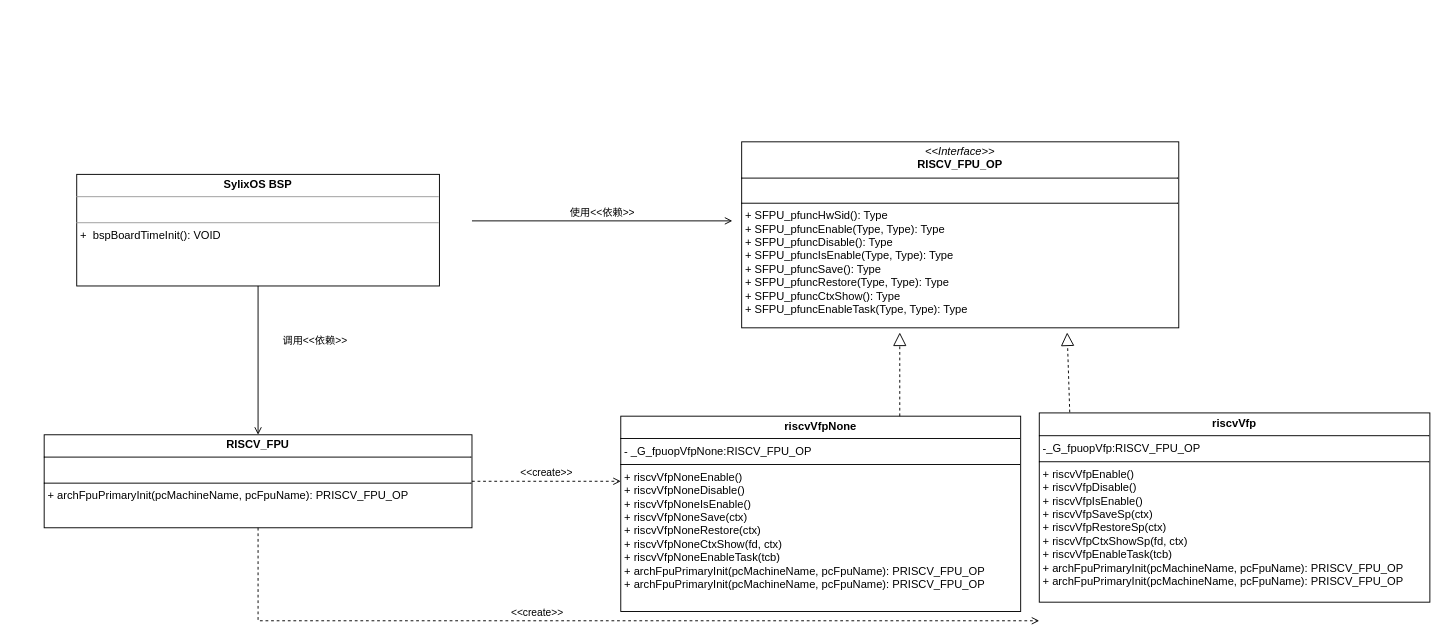
Before: page "SylixOS设计模式-简单工厂" (4 of 4) of draw/SylixOS内核艺术.drawio in peng-fan/drawio, a draw.io diagram. Source tidied: cells renumbered, new cells numbered last; positions are measured from the earlier drawing's top-left corner, leaving out a move shared by most shapes. Both pictures are drawn from the tidied source at 93%, with x=0, y=0 at pixel (44, 141).
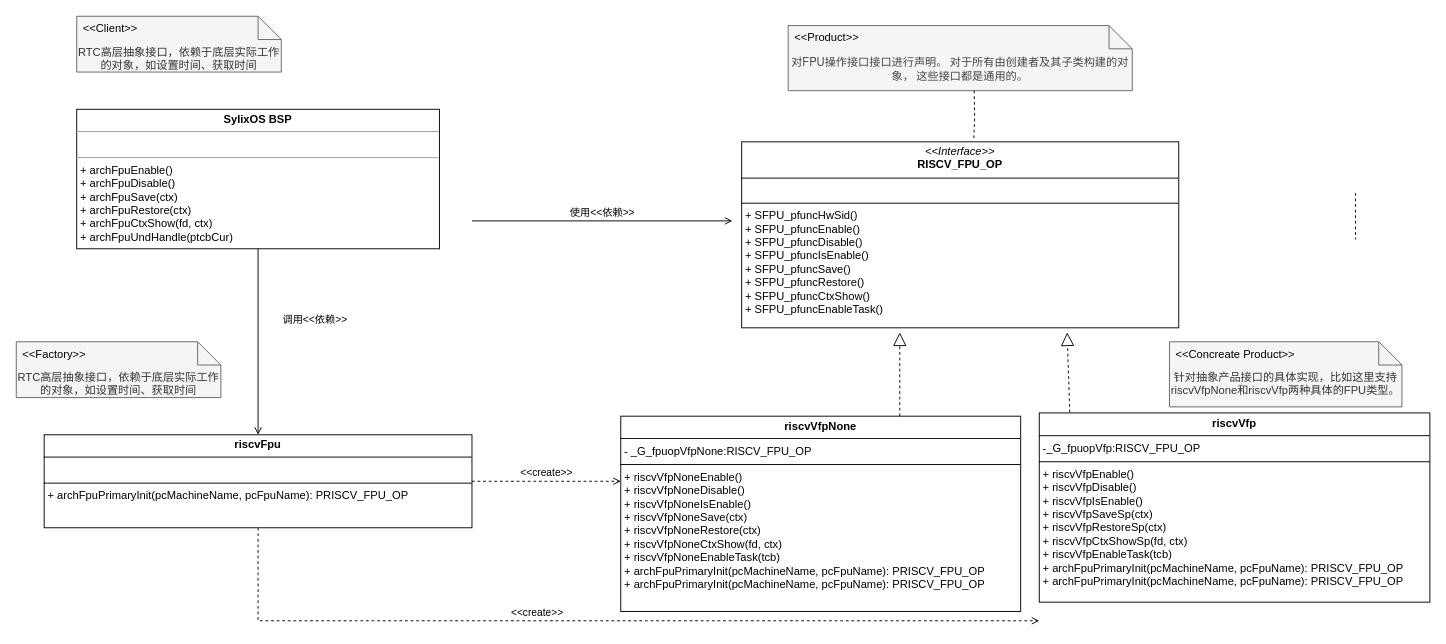
Above is the later version.

Commit message (it also covers changes not shown here):
更新SylixOS内核艺术.drawio

Change to the diagram source:
```diff
@@
-    <mxCell id="4" value="&lt;p style=&quot;margin:0px;margin-top:4px;text-align:center;&quot;&gt;&lt;span style=&quot;font-weight: 700; text-wrap-mode: wrap;&quot;&gt;SylixOS BSP&lt;/span&gt;&lt;/p&gt;&lt;hr size=&quot;1&quot;&gt;&lt;p style=&quot;margin:0px;margin-left:4px;&quot;&gt;&lt;br&gt;&lt;/p&gt;&lt;hr size=&quot;1&quot;&gt;&lt;p style=&quot;margin:0px;margin-left:4px;&quot;&gt;&lt;span style=&quot;text-wrap-mode: wrap;&quot;&gt;+ &amp;nbsp;bspBoardTimeInit(): VOID&lt;/span&gt;&lt;/p&gt;" style="verticalAlign=top;align=left;overflow=fill;fontSize=12;fontFamily=Helvetica;html=1;rounded=0;shadow=0;comic=0;labelBackgroundColor=none;strokeWidth=1;" parent="1" vertex="1">
-      <mxGeometry x="35" y="35" width="390" height="120" as="geometry" />
+    <mxCell id="4" value="&lt;p style=&quot;margin:0px;margin-top:4px;text-align:center;&quot;&gt;&lt;span style=&quot;font-weight: 700; text-wrap-mode: wrap;&quot;&gt;SylixOS BSP&lt;/span&gt;&lt;/p&gt;&lt;hr size=&quot;1&quot;&gt;&lt;p style=&quot;margin:0px;margin-left:4px;&quot;&gt;&lt;br&gt;&lt;/p&gt;&lt;hr size=&quot;1&quot;&gt;&lt;p style=&quot;margin:0px;margin-left:4px;&quot;&gt;&lt;span style=&quot;text-wrap-mode: wrap;&quot;&gt;+ archFpuEnable()&lt;/span&gt;&lt;/p&gt;&lt;p style=&quot;margin:0px;margin-left:4px;&quot;&gt;&lt;span style=&quot;text-wrap-mode: wrap;&quot;&gt;+ archFpuDisable()&lt;/span&gt;&lt;/p&gt;&lt;p style=&quot;margin:0px;margin-left:4px;&quot;&gt;&lt;span style=&quot;text-wrap-mode: wrap;&quot;&gt;+ archFpuSave(ctx)&lt;/span&gt;&lt;/p&gt;&lt;p style=&quot;margin:0px;margin-left:4px;&quot;&gt;&lt;span style=&quot;text-wrap-mode: wrap;&quot;&gt;+ archFpuRestore(ctx)&lt;/span&gt;&lt;/p&gt;&lt;p style=&quot;margin:0px;margin-left:4px;&quot;&gt;&lt;span style=&quot;text-wrap-mode: wrap;&quot;&gt;+ archFpuCtxShow(fd, ctx)&lt;/span&gt;&lt;/p&gt;&lt;p style=&quot;margin:0px;margin-left:4px;&quot;&gt;&lt;span style=&quot;text-wrap-mode: wrap;&quot;&gt;+ archFpuUndHandle(ptcbCur)&lt;/span&gt;&lt;/p&gt;" style="verticalAlign=top;align=left;overflow=fill;fontSize=12;fontFamily=Helvetica;html=1;rounded=0;shadow=0;comic=0;labelBackgroundColor=none;strokeWidth=1;" parent="1" vertex="1">
+      <mxGeometry x="35" y="-35" width="390" height="150" as="geometry" />
     </mxCell>
-    <mxCell id="5" value="&lt;p style=&quot;margin:0px;margin-top:4px;text-align:center;&quot;&gt;&lt;b&gt;RISCV_FPU&lt;/b&gt;&lt;/p&gt;&lt;hr size=&quot;1&quot; style=&quot;border-style:solid;&quot;&gt;&lt;p style=&quot;margin:0px;margin-left:4px;&quot;&gt;&lt;br&gt;&lt;/p&gt;&lt;hr size=&quot;1&quot; style=&quot;border-style:solid;&quot;&gt;&lt;p style=&quot;margin: 0px 0px 0px 4px;&quot;&gt;+ archFpuPrimaryInit(pcMachineName, pcFpuName):&amp;nbsp;PRISCV_FPU_OP&lt;/p&gt;" style="verticalAlign=top;align=left;overflow=fill;html=1;whiteSpace=wrap;" parent="1" vertex="1">
+    <mxCell id="5" value="&lt;p style=&quot;margin:0px;margin-top:4px;text-align:center;&quot;&gt;&lt;b&gt;riscvFpu&lt;/b&gt;&lt;/p&gt;&lt;hr size=&quot;1&quot; style=&quot;border-style:solid;&quot;&gt;&lt;p style=&quot;margin:0px;margin-left:4px;&quot;&gt;&lt;br&gt;&lt;/p&gt;&lt;hr size=&quot;1&quot; style=&quot;border-style:solid;&quot;&gt;&lt;p style=&quot;margin: 0px 0px 0px 4px;&quot;&gt;+ archFpuPrimaryInit(pcMachineName, pcFpuName):&amp;nbsp;PRISCV_FPU_OP&lt;/p&gt;" style="verticalAlign=top;align=left;overflow=fill;html=1;whiteSpace=wrap;" parent="1" vertex="1">
       <mxGeometry y="315" width="460" height="100" as="geometry" />
     </mxCell>
@@
-    <mxCell id="8" value="&lt;p style=&quot;margin:0px;margin-top:4px;text-align:center;&quot;&gt;&lt;i&gt;&amp;lt;&amp;lt;Interface&amp;gt;&amp;gt;&lt;/i&gt;&lt;br&gt;&lt;b&gt;RISCV_FPU_OP&lt;/b&gt;&lt;/p&gt;&lt;hr size=&quot;1&quot; style=&quot;border-style:solid;&quot;&gt;&lt;p style=&quot;margin:0px;margin-left:4px;&quot;&gt;&lt;br&gt;&lt;/p&gt;&lt;hr size=&quot;1&quot; style=&quot;border-style:solid;&quot;&gt;&lt;p style=&quot;margin:0px;margin-left:4px;&quot;&gt;+ SFPU_pfuncHwSid(): Type&lt;br&gt;+ SFPU_pfuncEnable(Type, Type): Type&lt;/p&gt;&lt;p style=&quot;margin:0px;margin-left:4px;&quot;&gt;+ SFPU_pfuncDisable(): Type&lt;br&gt;+ SFPU_pfuncIsEnable(Type, Type): Type&lt;/p&gt;&lt;p style=&quot;margin:0px;margin-left:4px;&quot;&gt;+ SFPU_pfuncSave(): Type&lt;br&gt;+ SFPU_pfuncRestore(Type, Type): Type&lt;/p&gt;&lt;p style=&quot;margin:0px;margin-left:4px;&quot;&gt;+ SFPU_pfuncCtxShow(): Type&lt;br&gt;+ SFPU_pfuncEnableTask(Type, Type): Type&lt;/p&gt;" style="verticalAlign=top;align=left;overflow=fill;html=1;whiteSpace=wrap;" parent="1" vertex="1">
+    <mxCell id="8" value="&lt;p style=&quot;margin:0px;margin-top:4px;text-align:center;&quot;&gt;&lt;i&gt;&amp;lt;&amp;lt;Interface&amp;gt;&amp;gt;&lt;/i&gt;&lt;br&gt;&lt;b&gt;RISCV_FPU_OP&lt;/b&gt;&lt;/p&gt;&lt;hr size=&quot;1&quot; style=&quot;border-style:solid;&quot;&gt;&lt;p style=&quot;margin:0px;margin-left:4px;&quot;&gt;&lt;br&gt;&lt;/p&gt;&lt;hr size=&quot;1&quot; style=&quot;border-style:solid;&quot;&gt;&lt;p style=&quot;margin:0px;margin-left:4px;&quot;&gt;+ SFPU_pfuncHwSid()&lt;br&gt;+ SFPU_pfuncEnable()&lt;/p&gt;&lt;p style=&quot;margin:0px;margin-left:4px;&quot;&gt;+ SFPU_pfuncDisable()&lt;br&gt;+ SFPU_pfuncIsEnable()&lt;/p&gt;&lt;p style=&quot;margin:0px;margin-left:4px;&quot;&gt;+ SFPU_pfuncSave()&lt;br&gt;+ SFPU_pfuncRestore()&lt;/p&gt;&lt;p style=&quot;margin:0px;margin-left:4px;&quot;&gt;+ SFPU_pfuncCtxShow()&lt;br&gt;+ SFPU_pfuncEnableTask()&lt;/p&gt;" style="verticalAlign=top;align=left;overflow=fill;html=1;whiteSpace=wrap;" parent="1" vertex="1">
       <mxGeometry x="750" width="470" height="200" as="geometry" />
     </mxCell>
@@
+    <mxCell id="13" value="&lt;div&gt;&lt;div class=&quot;ace-line ace-line old-record-id-ExkXdVtDqofSKyxZcV6c9kCpnzc&quot;&gt;RTC高层抽象接口，依赖于底层实际工作的对象，如设置时间、获取时间&lt;/div&gt;&lt;/div&gt;&lt;span data-lark-record-data=&quot;{&amp;quot;rootId&amp;quot;:&amp;quot;XQFvd94RPoZa4Mx5yjpcOu3MnYf&amp;quot;,&amp;quot;text&amp;quot;:{&amp;quot;initialAttributedTexts&amp;quot;:{&amp;quot;text&amp;quot;:{&amp;quot;0&amp;quot;:&amp;quot;RTC子系统：作为环境(Context)类，使用这些策略&amp;quot;},&amp;quot;attribs&amp;quot;:{&amp;quot;0&amp;quot;:&amp;quot;*0+s&amp;quot;}},&amp;quot;apool&amp;quot;:{&amp;quot;numToAttrib&amp;quot;:{&amp;quot;0&amp;quot;:[&amp;quot;author&amp;quot;,&amp;quot;7164723265586348036&amp;quot;]},&amp;quot;nextNum&amp;quot;:1}},&amp;quot;type&amp;quot;:&amp;quot;text&amp;quot;,&amp;quot;referenceRecordMap&amp;quot;:{},&amp;quot;extra&amp;quot;:{&amp;quot;channel&amp;quot;:&amp;quot;saas&amp;quot;,&amp;quot;isEqualBlockSelection&amp;quot;:true,&amp;quot;pasteRandomId&amp;quot;:&amp;quot;aa6ecff8-70e5-4af4-9037-28c291040ef5&amp;quot;,&amp;quot;mention_page_title&amp;quot;:{},&amp;quot;external_mention_url&amp;quot;:{}},&amp;quot;isKeepQuoteContainer&amp;quot;:false,&amp;quot;isFromCode&amp;quot;:false,&amp;quot;selection&amp;quot;:[{&amp;quot;id&amp;quot;:26,&amp;quot;type&amp;quot;:&amp;quot;text&amp;quot;,&amp;quot;selection&amp;quot;:{&amp;quot;start&amp;quot;:0,&amp;quot;end&amp;quot;:28},&amp;quot;recordId&amp;quot;:&amp;quot;ExkXdVtDqofSKyxZcV6c9kCpnzc&amp;quot;}],&amp;quot;payloadMap&amp;quot;:{},&amp;quot;isCut&amp;quot;:false}&quot; class=&quot;lark-record-clipboard&quot;&gt;&lt;/span&gt;" style="shape=note2;boundedLbl=1;whiteSpace=wrap;html=1;size=25;verticalAlign=top;align=center;fillColor=#f5f5f5;fontColor=#333333;strokeColor=#666666;" parent="1" vertex="1">
+      <mxGeometry x="-30" y="215" width="220" height="60" as="geometry" />
+    </mxCell>
+    <mxCell id="14" value="&lt;&lt;Factory&gt;&gt;" style="strokeColor=none;fillColor=none;align=left;spacingLeft=5;" parent="13" vertex="1">
+      <mxGeometry width="220" height="25" relative="1" as="geometry" />
+    </mxCell>
+    <mxCell id="15" value="&lt;div&gt;&lt;div class=&quot;ace-line ace-line old-record-id-ExkXdVtDqofSKyxZcV6c9kCpnzc&quot;&gt;&lt;font style=&quot;font-size: 12px;&quot;&gt;&lt;span style=&quot;color: rgb(68, 68, 68); font-family: &amp;quot;PT Sans&amp;quot;, &amp;quot;Helvetica Neue&amp;quot;, Arial, &amp;quot;PingFang SC&amp;quot;, &amp;quot;microsoft yahei&amp;quot;, &amp;quot;hiragino sans gb&amp;quot;, sans-serif; text-align: justify; background-color: rgb(245, 245, 245);&quot;&gt;对FPU操作接口接口进行声明&lt;/span&gt;&lt;span class=&quot;chpule2&quot; style=&quot;box-sizing: border-box; letter-spacing: -0.6em; color: rgb(68, 68, 68); font-family: &amp;quot;PT Sans&amp;quot;, &amp;quot;Helvetica Neue&amp;quot;, Arial, &amp;quot;PingFang SC&amp;quot;, &amp;quot;microsoft yahei&amp;quot;, &amp;quot;hiragino sans gb&amp;quot;, sans-serif; text-align: justify; background-color: rgb(245, 245, 245);&quot;&gt;。&lt;/span&gt;&lt;span class=&quot;chpuri2&quot; style=&quot;box-sizing: border-box; letter-spacing: 0.4rem; color: rgb(68, 68, 68); font-family: &amp;quot;PT Sans&amp;quot;, &amp;quot;Helvetica Neue&amp;quot;, Arial, &amp;quot;PingFang SC&amp;quot;, &amp;quot;microsoft yahei&amp;quot;, &amp;quot;hiragino sans gb&amp;quot;, sans-serif; text-align: justify; background-color: rgb(245, 245, 245);&quot;&gt;&amp;nbsp;&lt;/span&gt;&lt;span style=&quot;color: rgb(68, 68, 68); font-family: &amp;quot;PT Sans&amp;quot;, &amp;quot;Helvetica Neue&amp;quot;, Arial, &amp;quot;PingFang SC&amp;quot;, &amp;quot;microsoft yahei&amp;quot;, &amp;quot;hiragino sans gb&amp;quot;, sans-serif; text-align: justify; background-color: rgb(245, 245, 245);&quot;&gt;对于所有由创建者及其子类构建的对象&lt;/span&gt;&lt;span class=&quot;chpule2&quot; style=&quot;box-sizing: border-box; letter-spacing: -0.6em; color: rgb(68, 68, 68); font-family: &amp;quot;PT Sans&amp;quot;, &amp;quot;Helvetica Neue&amp;quot;, Arial, &amp;quot;PingFang SC&amp;quot;, &amp;quot;microsoft yahei&amp;quot;, &amp;quot;hiragino sans gb&amp;quot;, sans-serif; text-align: justify; background-color: rgb(245, 245, 245);&quot;&gt;，&lt;/span&gt;&lt;span class=&quot;chpuri2&quot; style=&quot;box-sizing: border-box; letter-spacing: 0.4rem; color: rgb(68, 68, 68); font-family: &amp;quot;PT Sans&amp;quot;, &amp;quot;Helvetica Neue&amp;quot;, Arial, &amp;quot;PingFang SC&amp;quot;, &amp;quot;microsoft yahei&amp;quot;, &amp;quot;hiragino sans gb&amp;quot;, sans-serif; text-align: justify; background-color: rgb(245, 245, 245);&quot;&gt;&amp;nbsp;&lt;/span&gt;&lt;span style=&quot;color: rgb(68, 68, 68); font-family: &amp;quot;PT Sans&amp;quot;, &amp;quot;Helvetica Neue&amp;quot;, Arial, &amp;quot;PingFang SC&amp;quot;, &amp;quot;microsoft yahei&amp;quot;, &amp;quot;hiragino sans gb&amp;quot;, sans-serif; text-align: justify; background-color: rgb(245, 245, 245);&quot;&gt;这些接口都是通用的。&lt;/span&gt;&lt;/font&gt;&lt;/div&gt;&lt;/div&gt;&lt;span data-lark-record-data=&quot;{&amp;quot;rootId&amp;quot;:&amp;quot;XQFvd94RPoZa4Mx5yjpcOu3MnYf&amp;quot;,&amp;quot;text&amp;quot;:{&amp;quot;initialAttributedTexts&amp;quot;:{&amp;quot;text&amp;quot;:{&amp;quot;0&amp;quot;:&amp;quot;RTC子系统：作为环境(Context)类，使用这些策略&amp;quot;},&amp;quot;attribs&amp;quot;:{&amp;quot;0&amp;quot;:&amp;quot;*0+s&amp;quot;}},&amp;quot;apool&amp;quot;:{&amp;quot;numToAttrib&amp;quot;:{&amp;quot;0&amp;quot;:[&amp;quot;author&amp;quot;,&amp;quot;7164723265586348036&amp;quot;]},&amp;quot;nextNum&amp;quot;:1}},&amp;quot;type&amp;quot;:&amp;quot;text&amp;quot;,&amp;quot;referenceRecordMap&amp;quot;:{},&amp;quot;extra&amp;quot;:{&amp;quot;channel&amp;quot;:&amp;quot;saas&amp;quot;,&amp;quot;isEqualBlockSelection&amp;quot;:true,&amp;quot;pasteRandomId&amp;quot;:&amp;quot;aa6ecff8-70e5-4af4-9037-28c291040ef5&amp;quot;,&amp;quot;mention_page_title&amp;quot;:{},&amp;quot;external_mention_url&amp;quot;:{}},&amp;quot;isKeepQuoteContainer&amp;quot;:false,&amp;quot;isFromCode&amp;quot;:false,&amp;quot;selection&amp;quot;:[{&amp;quot;id&amp;quot;:26,&amp;quot;type&amp;quot;:&amp;quot;text&amp;quot;,&amp;quot;selection&amp;quot;:{&amp;quot;start&amp;quot;:0,&amp;quot;end&amp;quot;:28},&amp;quot;recordId&amp;quot;:&amp;quot;ExkXdVtDqofSKyxZcV6c9kCpnzc&amp;quot;}],&amp;quot;payloadMap&amp;quot;:{},&amp;quot;isCut&amp;quot;:false}&quot; class=&quot;lark-record-clipboard&quot;&gt;&lt;/span&gt;" style="shape=note2;boundedLbl=1;whiteSpace=wrap;html=1;size=25;verticalAlign=top;align=center;fillColor=#f5f5f5;fontColor=#333333;strokeColor=#666666;" parent="1" vertex="1">
+      <mxGeometry x="800" y="-125" width="370" height="70" as="geometry" />
+    </mxCell>
+    <mxCell id="16" value="&lt;&lt;Product&gt;&gt;" style="strokeColor=none;fillColor=none;align=left;spacingLeft=5;" parent="15" vertex="1">
+      <mxGeometry width="370" height="25" relative="1" as="geometry" />
+    </mxCell>
+    <mxCell id="17" value="&lt;div&gt;&lt;div class=&quot;ace-line ace-line old-record-id-ExkXdVtDqofSKyxZcV6c9kCpnzc&quot;&gt;针对抽象产品接口的具体实现，比如这里支持riscvVfpNone和riscvVfp两种具体的FPU类型。&lt;/div&gt;&lt;/div&gt;&lt;span data-lark-record-data=&quot;{&amp;quot;rootId&amp;quot;:&amp;quot;XQFvd94RPoZa4Mx5yjpcOu3MnYf&amp;quot;,&amp;quot;text&amp;quot;:{&amp;quot;initialAttributedTexts&amp;quot;:{&amp;quot;text&amp;quot;:{&amp;quot;0&amp;quot;:&amp;quot;RTC子系统：作为环境(Context)类，使用这些策略&amp;quot;},&amp;quot;attribs&amp;quot;:{&amp;quot;0&amp;quot;:&amp;quot;*0+s&amp;quot;}},&amp;quot;apool&amp;quot;:{&amp;quot;numToAttrib&amp;quot;:{&amp;quot;0&amp;quot;:[&amp;quot;author&amp;quot;,&amp;quot;7164723265586348036&amp;quot;]},&amp;quot;nextNum&amp;quot;:1}},&amp;quot;type&amp;quot;:&amp;quot;text&amp;quot;,&amp;quot;referenceRecordMap&amp;quot;:{},&amp;quot;extra&amp;quot;:{&amp;quot;channel&amp;quot;:&amp;quot;saas&amp;quot;,&amp;quot;isEqualBlockSelection&amp;quot;:true,&amp;quot;pasteRandomId&amp;quot;:&amp;quot;aa6ecff8-70e5-4af4-9037-28c291040ef5&amp;quot;,&amp;quot;mention_page_title&amp;quot;:{},&amp;quot;external_mention_url&amp;quot;:{}},&amp;quot;isKeepQuoteContainer&amp;quot;:false,&amp;quot;isFromCode&amp;quot;:false,&amp;quot;selection&amp;quot;:[{&amp;quot;id&amp;quot;:26,&amp;quot;type&amp;quot;:&amp;quot;text&amp;quot;,&amp;quot;selection&amp;quot;:{&amp;quot;start&amp;quot;:0,&amp;quot;end&amp;quot;:28},&amp;quot;recordId&amp;quot;:&amp;quot;ExkXdVtDqofSKyxZcV6c9kCpnzc&amp;quot;}],&amp;quot;payloadMap&amp;quot;:{},&amp;quot;isCut&amp;quot;:false}&quot; class=&quot;lark-record-clipboard&quot;&gt;&lt;/span&gt;" style="shape=note2;boundedLbl=1;whiteSpace=wrap;html=1;size=25;verticalAlign=top;align=center;fillColor=#f5f5f5;fontColor=#333333;strokeColor=#666666;" parent="1" vertex="1">
+      <mxGeometry x="1210" y="215" width="250" height="70" as="geometry" />
+    </mxCell>
+    <mxCell id="18" value="&lt;&lt;Concreate Product&gt;&gt;" style="strokeColor=none;fillColor=none;align=left;spacingLeft=5;" parent="17" vertex="1">
+      <mxGeometry width="250" height="25" relative="1" as="geometry" />
+    </mxCell>
+    <mxCell id="19" value="&lt;div&gt;&lt;div class=&quot;ace-line ace-line old-record-id-ExkXdVtDqofSKyxZcV6c9kCpnzc&quot;&gt;RTC高层抽象接口，依赖于底层实际工作的对象，如设置时间、获取时间&lt;/div&gt;&lt;/div&gt;&lt;span data-lark-record-data=&quot;{&amp;quot;rootId&amp;quot;:&amp;quot;XQFvd94RPoZa4Mx5yjpcOu3MnYf&amp;quot;,&amp;quot;text&amp;quot;:{&amp;quot;initialAttributedTexts&amp;quot;:{&amp;quot;text&amp;quot;:{&amp;quot;0&amp;quot;:&amp;quot;RTC子系统：作为环境(Context)类，使用这些策略&amp;quot;},&amp;quot;attribs&amp;quot;:{&amp;quot;0&amp;quot;:&amp;quot;*0+s&amp;quot;}},&amp;quot;apool&amp;quot;:{&amp;quot;numToAttrib&amp;quot;:{&amp;quot;0&amp;quot;:[&amp;quot;author&amp;quot;,&amp;quot;7164723265586348036&amp;quot;]},&amp;quot;nextNum&amp;quot;:1}},&amp;quot;type&amp;quot;:&amp;quot;text&amp;quot;,&amp;quot;referenceRecordMap&amp;quot;:{},&amp;quot;extra&amp;quot;:{&amp;quot;channel&amp;quot;:&amp;quot;saas&amp;quot;,&amp;quot;isEqualBlockSelection&amp;quot;:true,&amp;quot;pasteRandomId&amp;quot;:&amp;quot;aa6ecff8-70e5-4af4-9037-28c291040ef5&amp;quot;,&amp;quot;mention_page_title&amp;quot;:{},&amp;quot;external_mention_url&amp;quot;:{}},&amp;quot;isKeepQuoteContainer&amp;quot;:false,&amp;quot;isFromCode&amp;quot;:false,&amp;quot;selection&amp;quot;:[{&amp;quot;id&amp;quot;:26,&amp;quot;type&amp;quot;:&amp;quot;text&amp;quot;,&amp;quot;selection&amp;quot;:{&amp;quot;start&amp;quot;:0,&amp;quot;end&amp;quot;:28},&amp;quot;recordId&amp;quot;:&amp;quot;ExkXdVtDqofSKyxZcV6c9kCpnzc&amp;quot;}],&amp;quot;payloadMap&amp;quot;:{},&amp;quot;isCut&amp;quot;:false}&quot; class=&quot;lark-record-clipboard&quot;&gt;&lt;/span&gt;" style="shape=note2;boundedLbl=1;whiteSpace=wrap;html=1;size=25;verticalAlign=top;align=center;fillColor=#f5f5f5;fontColor=#333333;strokeColor=#666666;" parent="1" vertex="1">
+      <mxGeometry x="35" y="-135" width="220" height="60" as="geometry" />
+    </mxCell>
+    <mxCell id="20" value="&lt;&lt;Client&gt;&gt;" style="strokeColor=none;fillColor=none;align=left;spacingLeft=5;" parent="19" vertex="1">
+      <mxGeometry width="220" height="25" relative="1" as="geometry" />
+    </mxCell>
+    <mxCell id="21" style="edgeStyle=orthogonalEdgeStyle;rounded=0;orthogonalLoop=1;jettySize=auto;html=1;dashed=1;endArrow=none;endFill=0;exitX=0.5;exitY=1;exitDx=0;exitDy=0;exitPerimeter=0;" parent="1" edge="1">
+      <mxGeometry relative="1" as="geometry">
+        <mxPoint x="1410" y="55" as="sourcePoint" />
+        <mxPoint x="1410" y="105" as="targetPoint" />
+      </mxGeometry>
+    </mxCell>
+    <mxCell id="22" style="edgeStyle=orthogonalEdgeStyle;rounded=0;jettySize=auto;html=1;dashed=1;endArrow=none;endFill=0;exitX=0.5;exitY=1;exitDx=0;exitDy=0;exitPerimeter=0;entryX=0.531;entryY=-0.01;entryDx=0;entryDy=0;entryPerimeter=0;" parent="1" edge="1" target="8">
+      <mxGeometry relative="1" as="geometry">
+        <mxPoint x="1000" y="-55" as="sourcePoint" />
+      </mxGeometry>
+    </mxCell>
```
